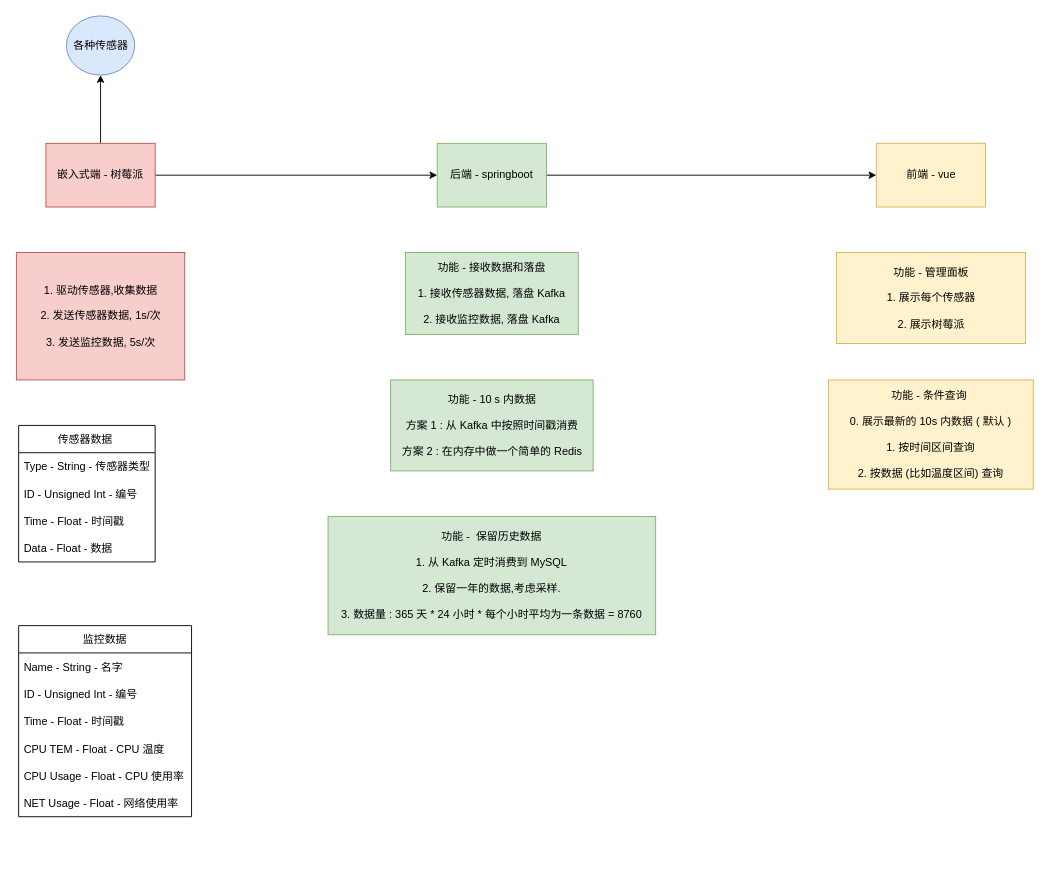
Before: System-Design.drawio in LiteHome/Raspberry-Home-Backend, a draw.io diagram. Source tidied: cells renumbered, new cells numbered last; positions are measured from the earlier drawing's top-left corner, leaving out a move shared by most shapes. Both pictures are drawn from the tidied source at 91%, with x=0, y=0 at pixel (16, 15).
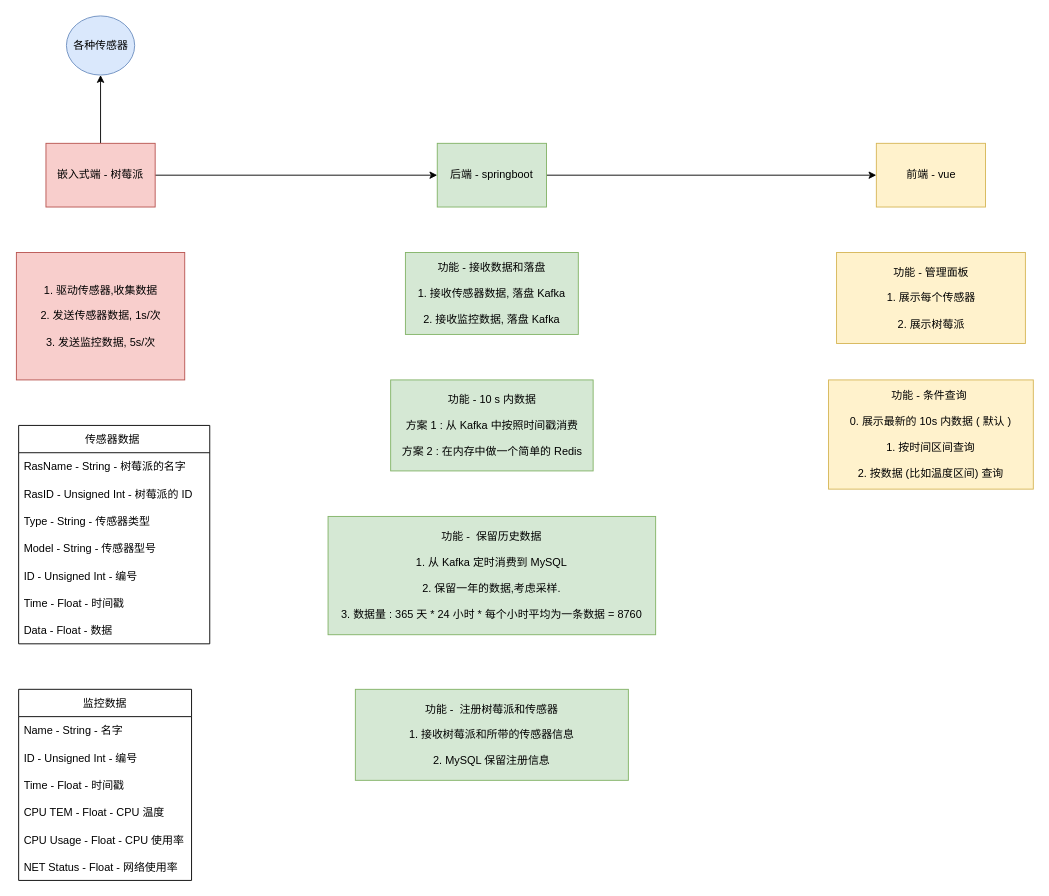
The same page after the edit.

What changed in the source:
```diff
@@
     <mxCell id="15" value="传感器数据 " style="swimlane;fontStyle=0;horizontal=1;startSize=30;" parent="1" vertex="1">
-      <mxGeometry x="2" y="450" width="150" height="150" as="geometry" />
+      <mxGeometry x="2" y="450" width="210" height="240" as="geometry" />
     </mxCell>
+    <mxCell id="27" value="RasName - String - 树莓派的名字" style="text;strokeColor=none;fillColor=none;align=left;verticalAlign=middle;spacingLeft=4;spacingRight=4;overflow=hidden;" parent="15" vertex="1">
+      <mxGeometry y="30" width="210" height="30" as="geometry" />
+    </mxCell>
+    <mxCell id="28" value="RasID - Unsigned Int - 树莓派的 ID" style="text;strokeColor=none;fillColor=none;align=left;verticalAlign=middle;spacingLeft=4;spacingRight=4;overflow=hidden;" parent="15" vertex="1">
+      <mxGeometry y="60" width="210" height="30" as="geometry" />
+    </mxCell>
     <mxCell id="16" value="Type - String - 传感器类型" style="text;strokeColor=none;fillColor=none;align=left;verticalAlign=middle;spacingLeft=4;spacingRight=4;overflow=hidden;" parent="15" vertex="1">
-      <mxGeometry y="30" width="150" height="30" as="geometry" />
+      <mxGeometry y="90" width="210" height="30" as="geometry" />
     </mxCell>
+    <mxCell id="29" value="Model - String - 传感器型号" style="text;strokeColor=none;fillColor=none;align=left;verticalAlign=middle;spacingLeft=4;spacingRight=4;overflow=hidden;" parent="15" vertex="1">
+      <mxGeometry y="120" width="210" height="30" as="geometry" />
+    </mxCell>
     <mxCell id="17" value="ID - Unsigned Int - 编号" style="text;strokeColor=none;fillColor=none;align=left;verticalAlign=middle;spacingLeft=4;spacingRight=4;overflow=hidden;" parent="15" vertex="1">
-      <mxGeometry y="60" width="150" height="30" as="geometry" />
+      <mxGeometry y="150" width="210" height="30" as="geometry" />
     </mxCell>
     <mxCell id="18" value="Time - Float - 时间戳" style="text;strokeColor=none;fillColor=none;align=left;verticalAlign=middle;spacingLeft=4;spacingRight=4;overflow=hidden;" parent="15" vertex="1">
-      <mxGeometry y="90" width="150" height="30" as="geometry" />
+      <mxGeometry y="180" width="210" height="30" as="geometry" />
     </mxCell>
     <mxCell id="19" value="Data - Float - 数据" style="text;strokeColor=none;fillColor=none;align=left;verticalAlign=middle;spacingLeft=4;spacingRight=4;overflow=hidden;" parent="15" vertex="1">
-      <mxGeometry y="120" width="150" height="30" as="geometry" />
+      <mxGeometry y="210" width="210" height="30" as="geometry" />
     </mxCell>
     <mxCell id="20" value="监控数据" style="swimlane;fontStyle=0;horizontal=1;startSize=30;" parent="1" vertex="1">
-      <mxGeometry x="2" y="670" width="190" height="210" as="geometry" />
+      <mxGeometry x="2" y="740" width="190" height="210" as="geometry" />
     </mxCell>
@@
-    <mxCell id="26" value="NET Usage - Float - 网络使用率" style="text;strokeColor=none;fillColor=none;align=left;verticalAlign=middle;spacingLeft=4;spacingRight=4;overflow=hidden;" parent="20" vertex="1">
+    <mxCell id="26" value="NET Status - Float - 网络使用率" style="text;strokeColor=none;fillColor=none;align=left;verticalAlign=middle;spacingLeft=4;spacingRight=4;overflow=hidden;" parent="20" vertex="1">
       <mxGeometry y="180" width="190" height="30" as="geometry" />
     </mxCell>
+    <mxCell id="30" value="功能 -&amp;nbsp; 注册树莓派和传感器&lt;br&gt;&lt;br&gt;1. 接收树莓派和所带的传感器信息&lt;br&gt;&lt;br&gt;2. MySQL 保留注册信息" style="rounded=0;whiteSpace=wrap;html=1;fillColor=#d5e8d4;strokeColor=#82b366;" parent="1" vertex="1">
+      <mxGeometry x="372" y="740" width="300" height="100" as="geometry" />
+    </mxCell>
```
